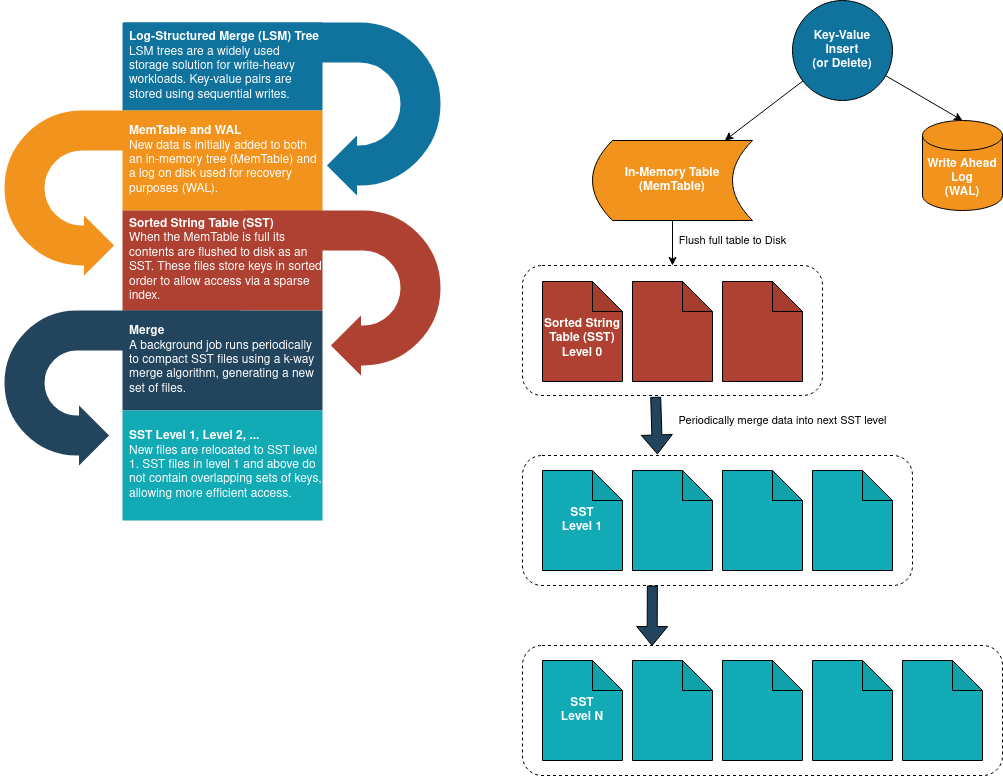
Above: docs/images/lsm-data-struct.png in justinethier/keyva (draw.io), before the change. Source tidied: cells renumbered, new cells last; positions are measured from the earlier drawing's top-left corner, leaving out a move shared by most shapes.
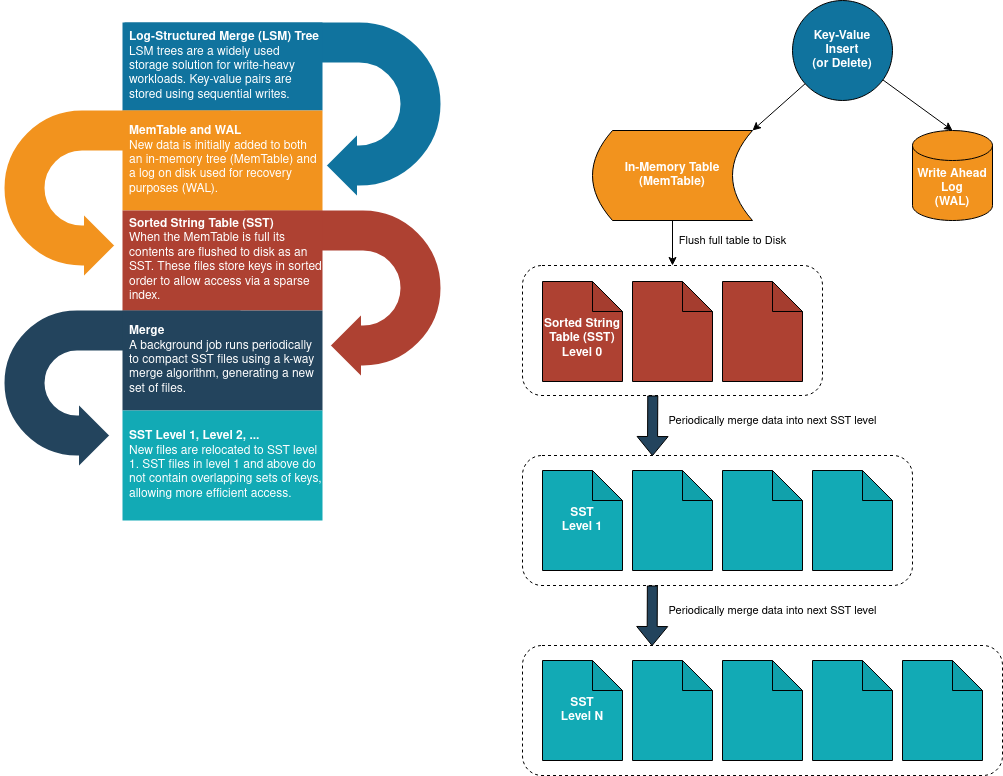
After the change.

What changed in the source:
```diff
@@ -3,10 +3,10 @@
     <mxCell id="0" />
     <mxCell id="1" parent="0" />
     <mxCell id="2" value="Write Ahead Log&lt;br style=&quot;font-size: 12px;&quot;&gt;(WAL)" style="shape=cylinder3;whiteSpace=wrap;html=1;boundedLbl=1;backgroundOutline=1;size=15;fillColor=#F2931E;fontColor=#FFFFFF;fontSize=12;fontStyle=1;" parent="1" vertex="1">
-      <mxGeometry x="920" y="120" width="80" height="90" as="geometry" />
+      <mxGeometry x="910" y="130" width="80" height="90" as="geometry" />
     </mxCell>
     <mxCell id="3" value="In-Memory Table&lt;br style=&quot;font-size: 12px&quot;&gt;(MemTable)" style="shape=dataStorage;whiteSpace=wrap;html=1;fixedSize=1;fillColor=#F2931E;fontColor=#FFFFFF;fontSize=12;fontStyle=1;" parent="1" vertex="1">
-      <mxGeometry x="590" y="140" width="160" height="80" as="geometry" />
+      <mxGeometry x="590" y="130" width="160" height="90" as="geometry" />
     </mxCell>
     <mxCell id="4" value="&lt;div&gt;Key-Value&lt;/div&gt;&lt;div&gt;Insert&lt;/div&gt;&lt;div&gt;(or Delete)&lt;br&gt;&lt;/div&gt;" style="ellipse;whiteSpace=wrap;html=1;fillColor=#10739E;fontColor=#FFFFFF;fontSize=12;fontStyle=1;" parent="1" vertex="1">
       <mxGeometry x="790" width="100" height="100" as="geometry" />
@@ -17,9 +17,6 @@
     <mxCell id="6" style="shape=note;whiteSpace=wrap;html=1;backgroundOutline=1;darkOpacity=0.05;fillColor=#AE4132;" parent="1" vertex="1">
       <mxGeometry x="630" y="281" width="80" height="100" as="geometry" />
     </mxCell>
-    <mxCell id="7" value="Periodically merge data into next SST level" style="shape=flexArrow;endArrow=classic;html=1;rounded=0;fillColor=#23445D;exitX=0.444;exitY=1.01;exitDx=0;exitDy=0;exitPerimeter=0;entryX=0.346;entryY=-0.008;entryDx=0;entryDy=0;entryPerimeter=0;" parent="1" edge="1" source="23" target="27">
-      <mxGeometry x="-0.05" y="126" relative="1" as="geometry" />
-    </mxCell>
     <mxCell id="8" value="&lt;div style=&quot;font-size: 12px;&quot;&gt;&lt;br style=&quot;font-size: 12px;&quot;&gt;&lt;/div&gt;&lt;div style=&quot;font-size: 12px;&quot;&gt;Sorted String Table (SST)&lt;br style=&quot;font-size: 12px;&quot;&gt;&lt;/div&gt;&lt;div style=&quot;font-size: 12px;&quot;&gt;Level 0&lt;br style=&quot;font-size: 12px;&quot;&gt;&lt;/div&gt;" style="shape=note;whiteSpace=wrap;html=1;backgroundOutline=1;darkOpacity=0.05;fillColor=#AE4132;fontColor=#FFFFFF;fontSize=12;fontStyle=1;" parent="1" vertex="1">
       <mxGeometry x="540" y="281" width="80" height="100" as="geometry" />
     </mxCell>
@@ -35,8 +32,8 @@
     <mxCell id="12" value="&lt;div style=&quot;font-size: 12px;&quot;&gt;SST&lt;/div&gt;&lt;div style=&quot;font-size: 12px;&quot;&gt;Level 1&lt;br style=&quot;font-size: 12px;&quot;&gt;&lt;/div&gt;" style="shape=note;whiteSpace=wrap;html=1;backgroundOutline=1;darkOpacity=0.05;fontColor=#FFFFFF;fillColor=#12AAB5;fontSize=12;fontStyle=1;" parent="1" vertex="1">
       <mxGeometry x="540" y="470" width="80" height="100" as="geometry" />
     </mxCell>
-    <mxCell id="13" style="shape=flexArrow;endArrow=classic;html=1;rounded=0;fillColor=#23445D;exitX=0.333;exitY=1;exitDx=0;exitDy=0;exitPerimeter=0;entryX=0.27;entryY=0.004;entryDx=0;entryDy=0;entryPerimeter=0;" parent="1" edge="1" source="27" target="32">
-      <mxGeometry relative="1" as="geometry" />
+    <mxCell id="13" value="Periodically merge data into next SST level" style="shape=flexArrow;endArrow=classic;html=1;rounded=0;fillColor=#23445D;exitX=0.333;exitY=1;exitDx=0;exitDy=0;exitPerimeter=0;entryX=0.27;entryY=0.004;entryDx=0;entryDy=0;entryPerimeter=0;" parent="1" edge="1" source="27" target="32">
+      <mxGeometry x="-0.19" y="120" relative="1" as="geometry" />
     </mxCell>
     <mxCell id="14" style="html=1;shadow=0;dashed=0;align=center;verticalAlign=middle;shape=mxgraph.arrows2.uTurnArrow;dy=22;arrowHead=70;dx2=35;strokeColor=#ffffff;fillColor=#23445D;fontSize=12;fontColor=#3333FF;flipV=1;strokeWidth=4;" parent="1" vertex="1">
       <mxGeometry y="308" width="240" height="162" as="geometry" />
@@ -71,7 +68,7 @@
     <mxCell id="24" style="endArrow=classic;html=1;rounded=0;entryX=0.5;entryY=0;entryDx=0;entryDy=0;entryPerimeter=0;" parent="1" edge="1" source="4" target="2">
       <mxGeometry relative="1" as="geometry" />
     </mxCell>
-    <mxCell id="25" style="endArrow=classic;html=1;rounded=0;" parent="1" edge="1" source="4" target="3">
+    <mxCell id="25" style="endArrow=classic;html=1;rounded=0;entryX=1;entryY=0;entryDx=0;entryDy=0;" parent="1" edge="1" source="4" target="3">
       <mxGeometry relative="1" as="geometry" />
     </mxCell>
     <mxCell id="26" value="Flush full table to Disk" style="endArrow=classic;html=1;rounded=0;" parent="1" edge="1" source="3" target="23">
@@ -98,5 +95,11 @@
     <mxCell id="33" style="shape=note;whiteSpace=wrap;html=1;backgroundOutline=1;darkOpacity=0.05;fontColor=#FFFFFF;fillColor=#12AAB5;" parent="1" vertex="1">
       <mxGeometry x="900" y="660" width="80" height="100" as="geometry" />
     </mxCell>
+    <mxCell id="7" value="Periodically merge data into next SST level" style="shape=flexArrow;endArrow=classic;html=1;rounded=0;fillColor=#23445D;exitX=0.333;exitY=1;exitDx=0;exitDy=0;exitPerimeter=0;entryX=0.27;entryY=0.004;entryDx=0;entryDy=0;entryPerimeter=0;" parent="1" edge="1">
+      <mxGeometry x="-0.19" y="120" relative="1" as="geometry">
+        <mxPoint x="650.3" y="395" as="sourcePoint" />
+        <mxPoint x="650" y="455.5" as="targetPoint" />
+      </mxGeometry>
+    </mxCell>
   </root>
 </mxGraphModel>
```
